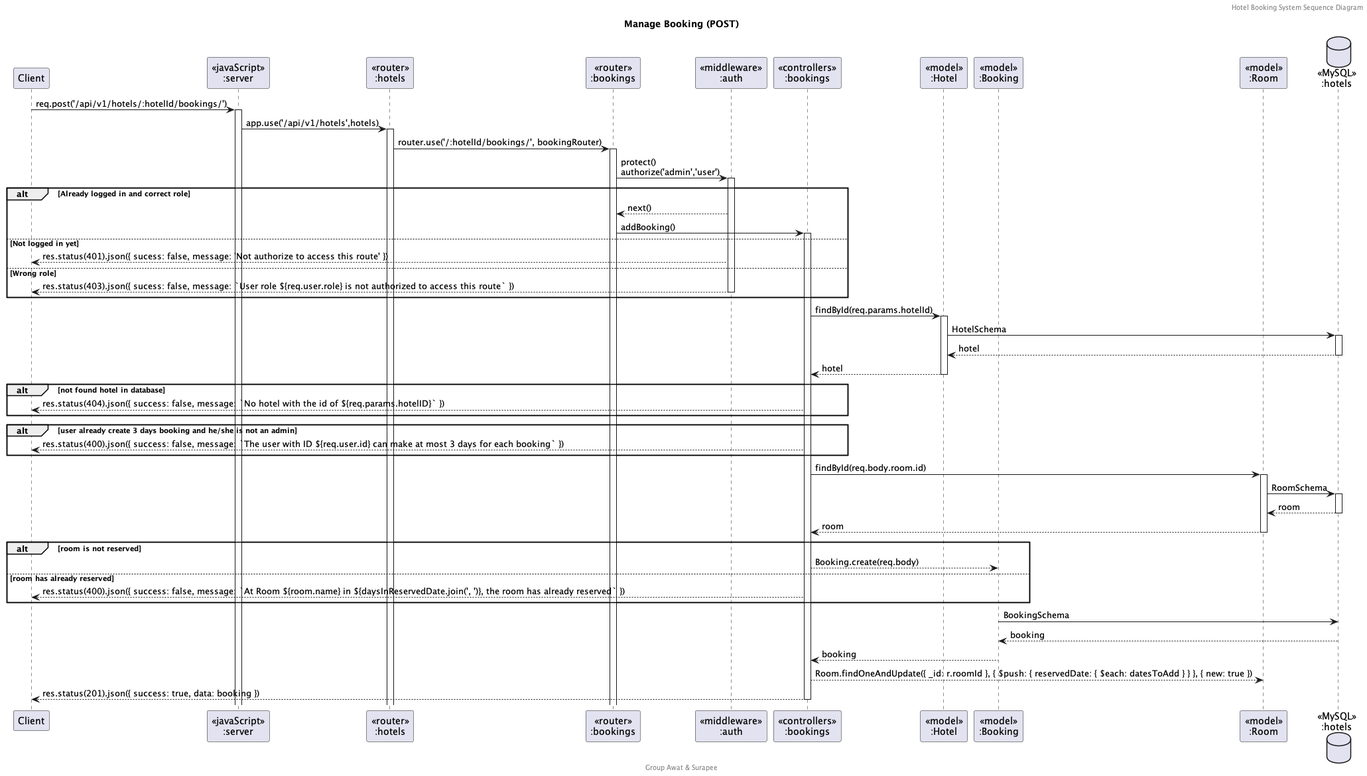
The PlantUML diagram doc/Sequence Diagram/png/Manage Booking (POST).png in northsurapee/Hotel_Booking, before a commit.
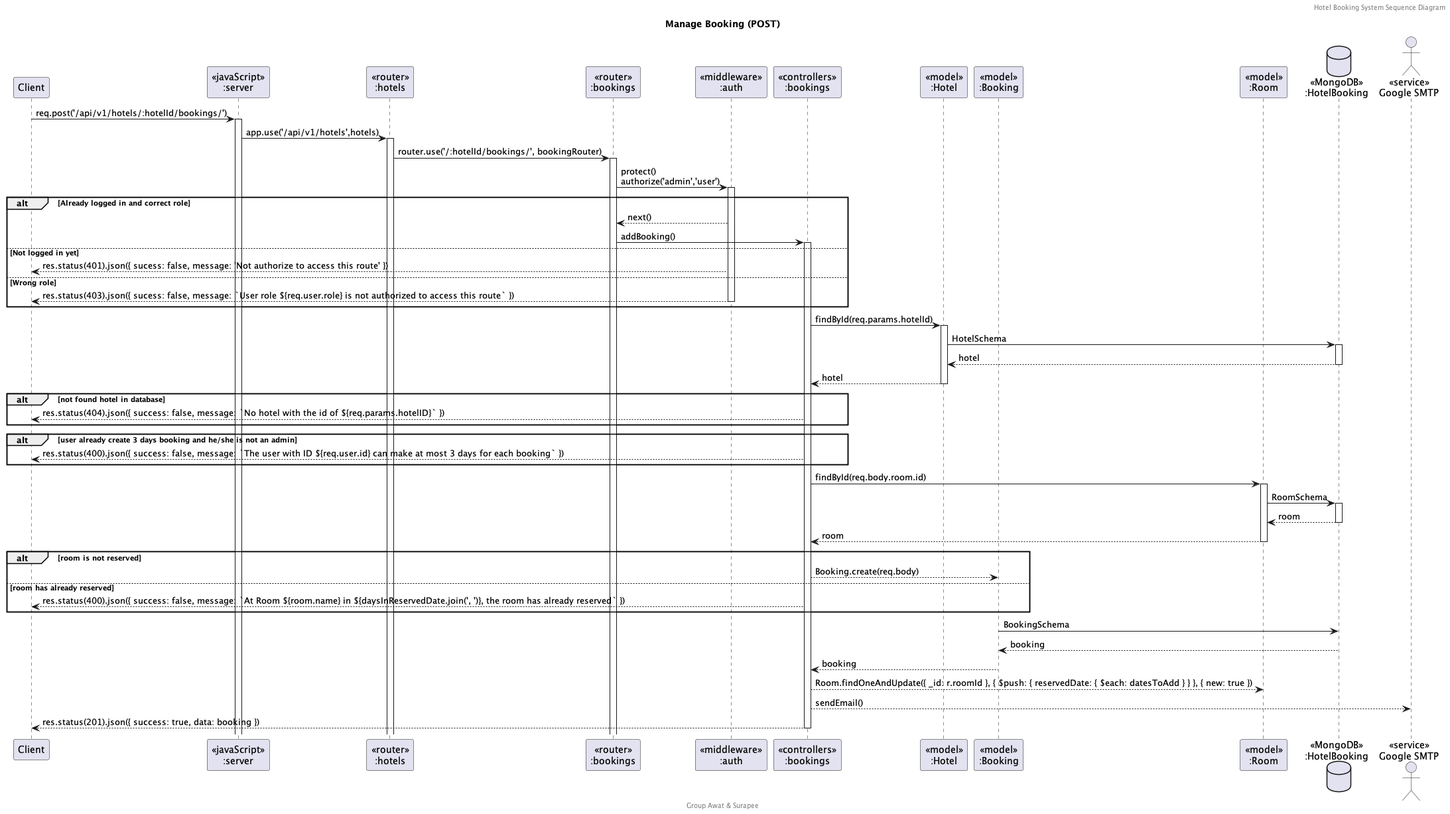
Above is the later version.

The edit, as a diff of the source:
```diff
@@ -13,7 +13,8 @@
 participant "<<model>>\n:Hotel" as modelHotel
 participant "<<model>>\n:Booking" as modelBooking
 participant "<<model>>\n:Room" as modelRoom
-database "<<MySQL>>\n:hotels" as HotelBookingDatabase
+database "<<MongoDB>>\n:HotelBooking" as HotelBookingDatabase
+actor "<<service>>\nGoogle SMTP" as smtp
 
 client -> server ++:req.post('/api/v1/hotels/:hotelId/bookings/')
 server -> routerHotels ++:app.use('/api/v1/hotels',hotels)
@@ -51,5 +52,6 @@
 controllersBookings <-- modelBooking --: booking
 
 controllersBookings --> modelRoom : Room.findOneAndUpdate({ _id: r.roomId }, { $push: { reservedDate: { $each: datesToAdd } } }, { new: true })
+controllersBookings --> smtp : sendEmail()
 controllersBookings --> client --:res.status(201).json({ success: true, data: booking })
 @enduml
```
